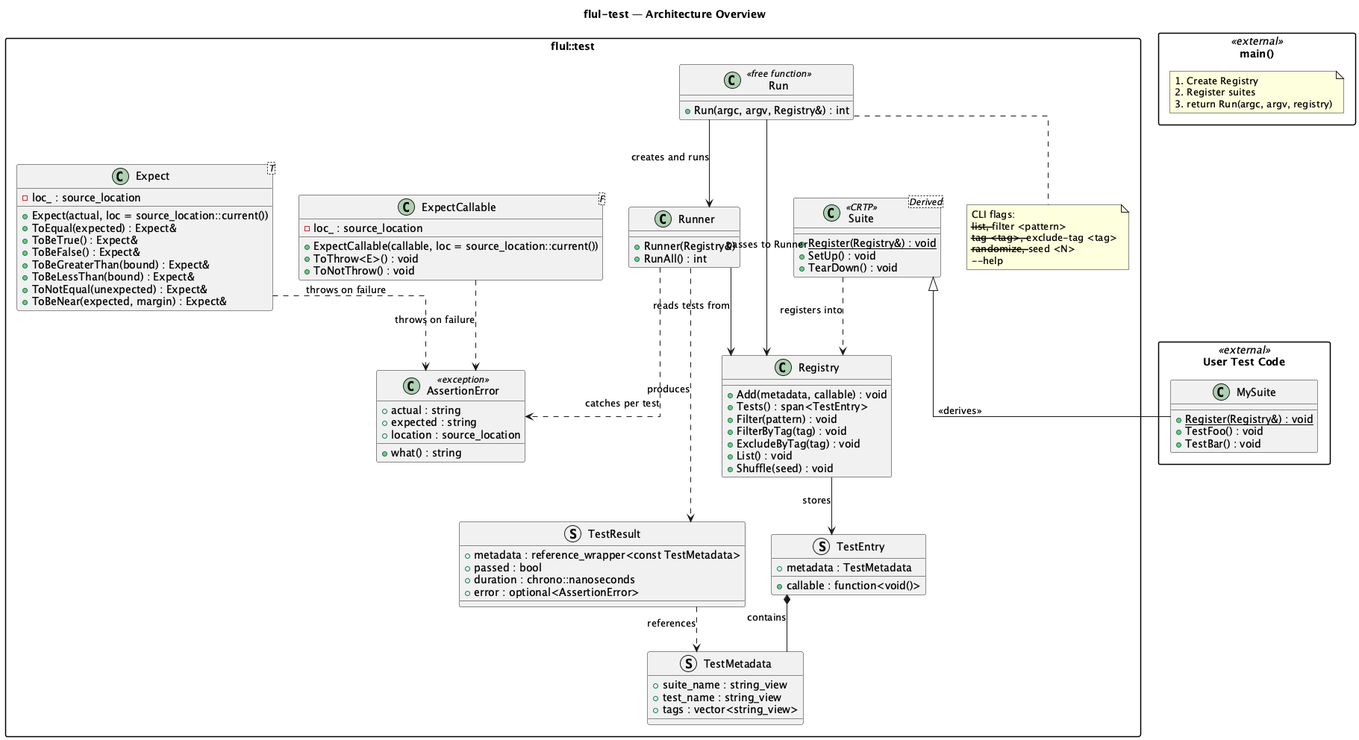
The PlantUML diagram doc/architecture-overview.png in FlorianUlivi/flul-test, before a commit.
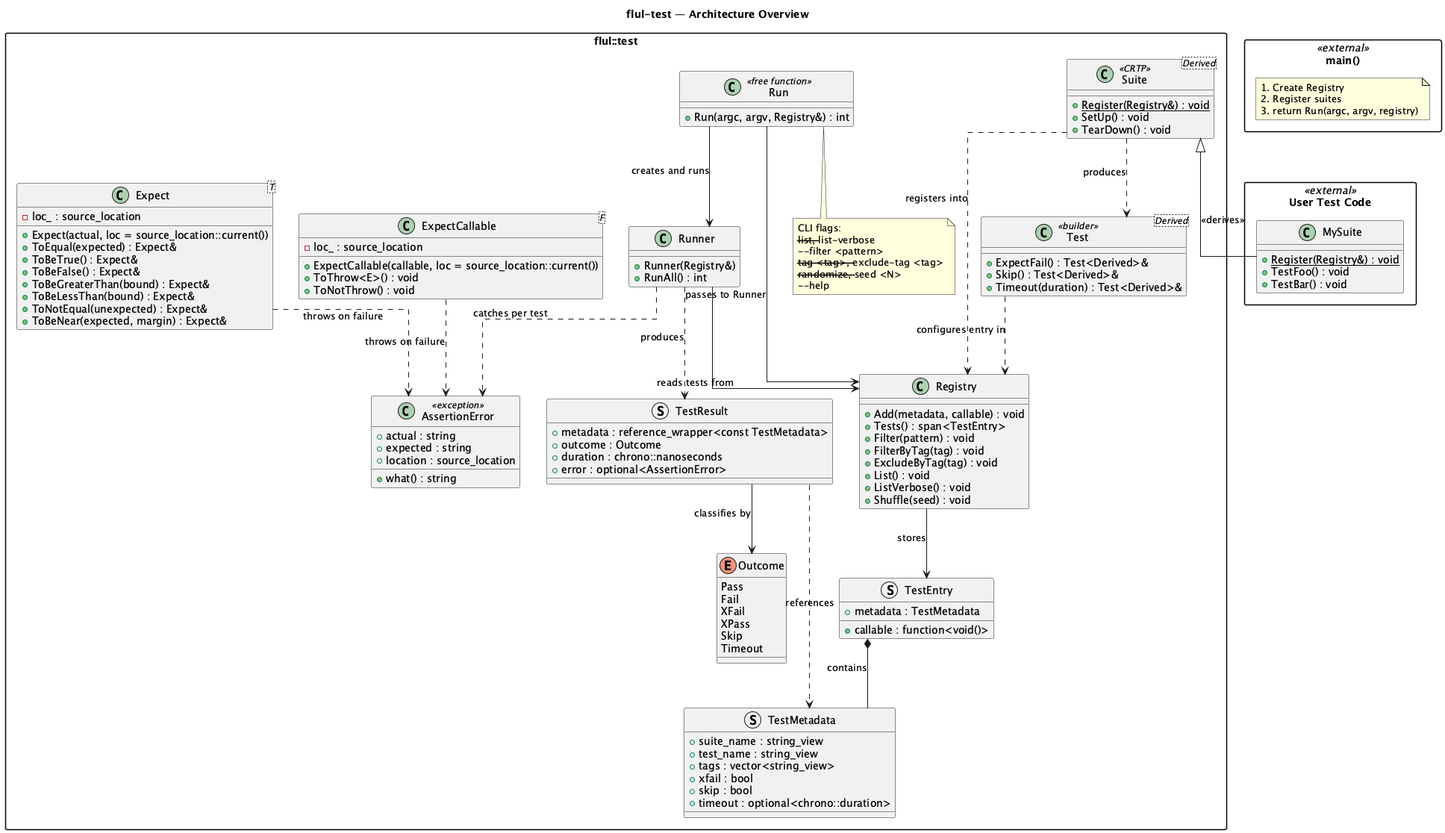
The same diagram one commit later.

Commit message:
Add design documents for tag and xfail

The edit, as a diff of the source:
```diff
@@ -13,6 +13,12 @@
         + TearDown() : void
     }
 
+    class "Test<Derived>" as TestBuilder <<builder>> {
+        + ExpectFail() : Test<Derived>&
+        + Skip() : Test<Derived>&
+        + Timeout(duration) : Test<Derived>&
+    }
+
     class Registry {
         + Add(metadata, callable) : void
         + Tests() : span<TestEntry>
@@ -20,6 +26,7 @@
         + FilterByTag(tag) : void
         + ExcludeByTag(tag) : void
         + List() : void
+        + ListVerbose() : void
         + Shuffle(seed) : void
     }
 
@@ -54,10 +61,22 @@
         + location : source_location
     }
 
+    enum Outcome {
+        Pass
+        Fail
+        XFail
+        XPass
+        Skip
+        Timeout
+    }
+
     struct TestMetadata {
         + suite_name : string_view
         + test_name : string_view
         + tags : vector<string_view>
+        + xfail : bool
+        + skip : bool
+        + timeout : optional<chrono::duration>
     }
 
     struct TestEntry {
@@ -67,7 +86,7 @@
 
     struct TestResult {
         + metadata : reference_wrapper<const TestMetadata>
-        + passed : bool
+        + outcome : Outcome
         + duration : chrono::nanoseconds
         + error : optional<AssertionError>
     }
@@ -78,7 +97,8 @@
 
     note as N_cli
         CLI flags:
-        --list, --filter <pattern>
+        --list, --list-verbose
+        --filter <pattern>
         --tag <tag>, --exclude-tag <tag>
         --randomize, --seed <N>
         --help
@@ -104,10 +124,13 @@
 
 MySuite -up-|> Suite : <<derives>>
 Suite ..> Registry : registers into
+Suite ..> TestBuilder : produces
+TestBuilder ..> Registry : configures entry in
 Run --> Runner : creates and runs
 Run --> Registry : passes to Runner
 Runner --> Registry : reads tests from
 Runner ..> TestResult : produces
+TestResult --> Outcome : classifies by
 Expect ..> AssertionError : throws on failure
 ExpectCallable ..> AssertionError : throws on failure
 Runner ..> AssertionError : catches per test
```
